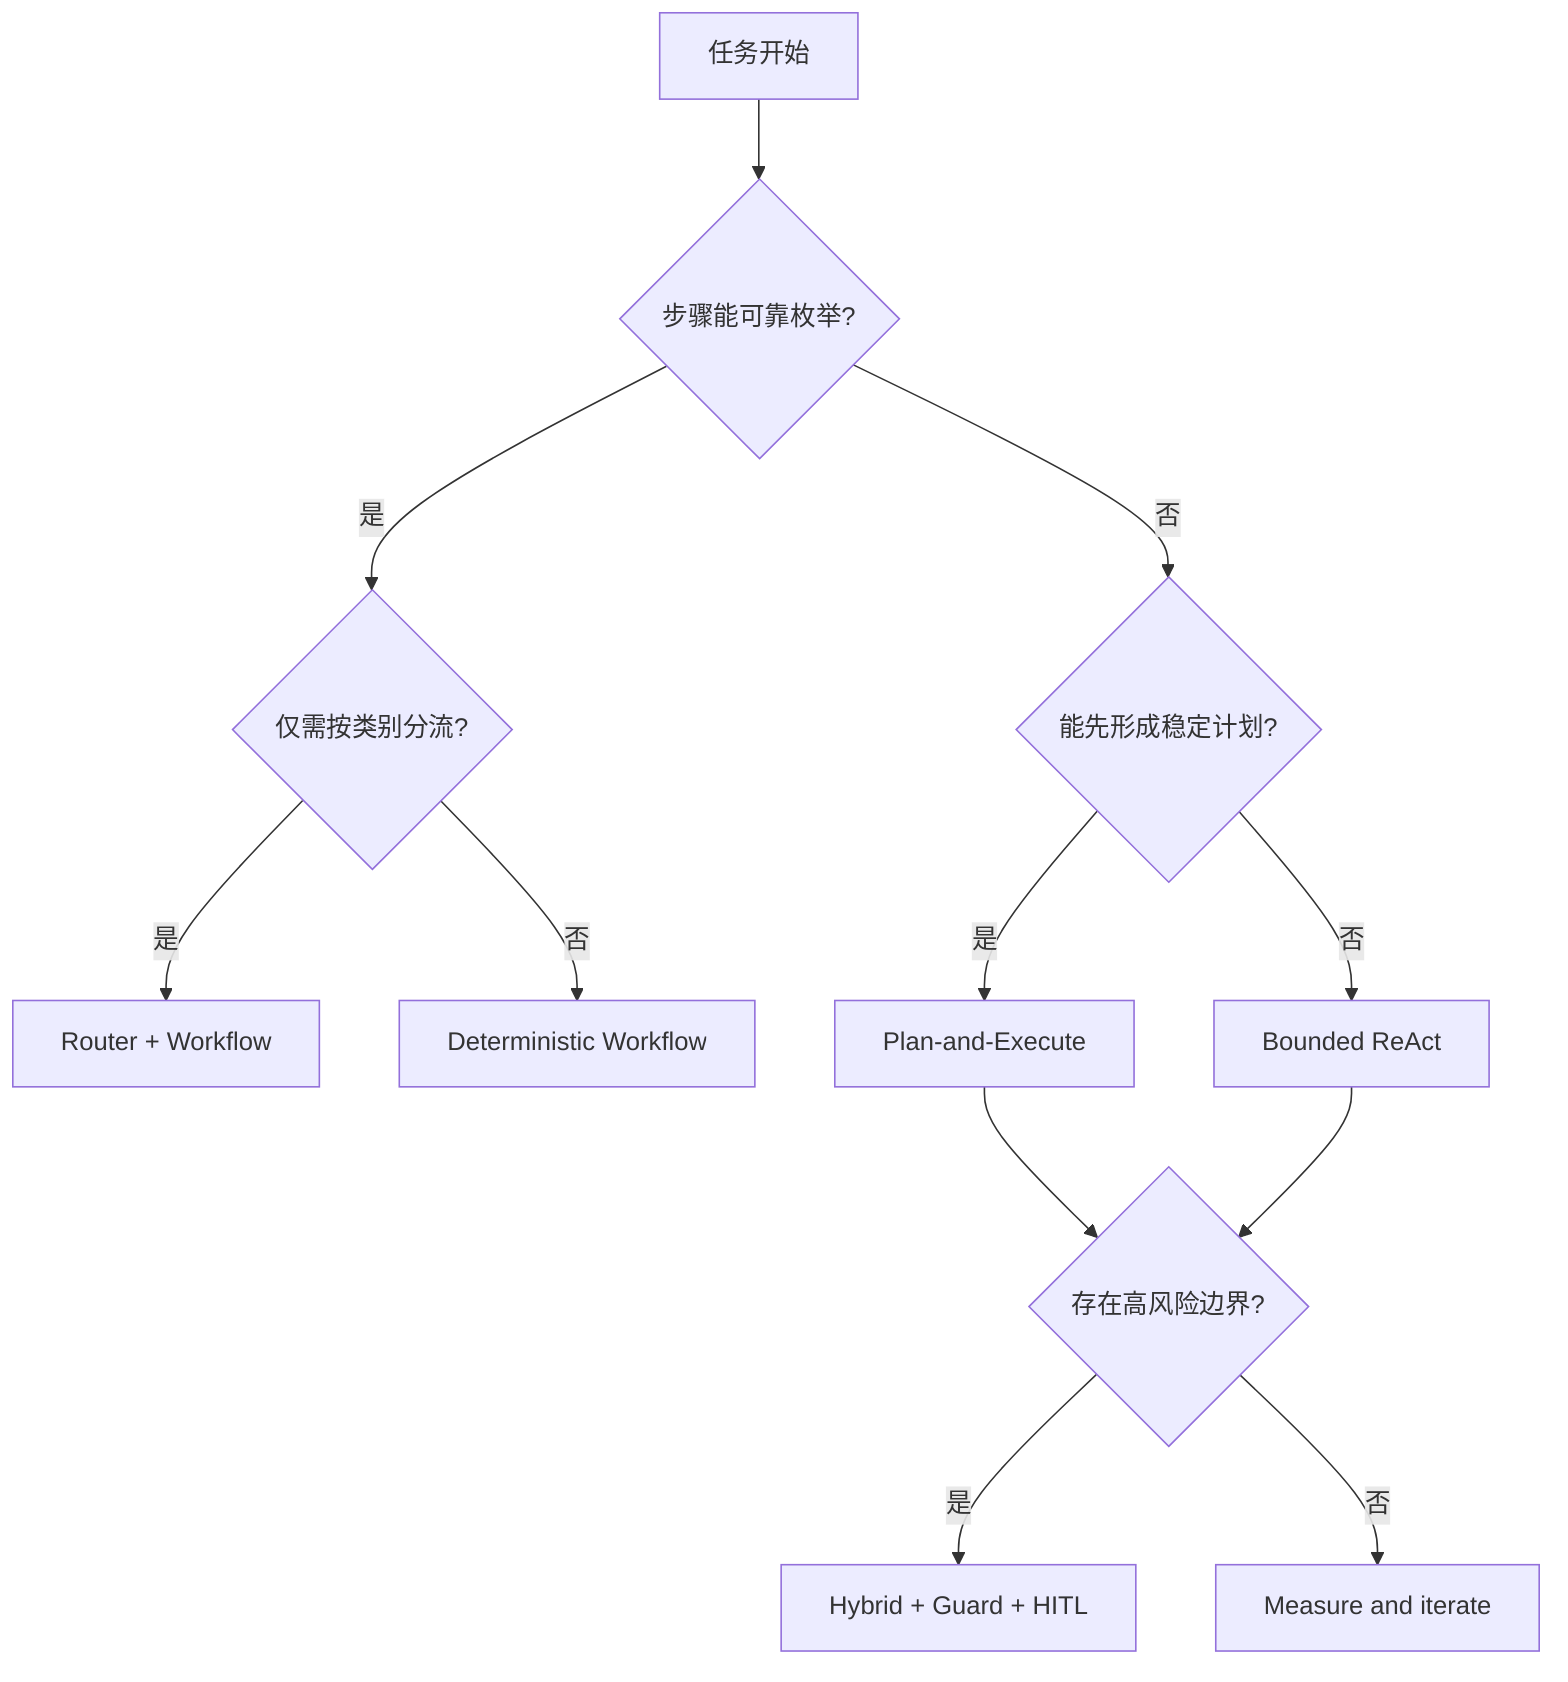
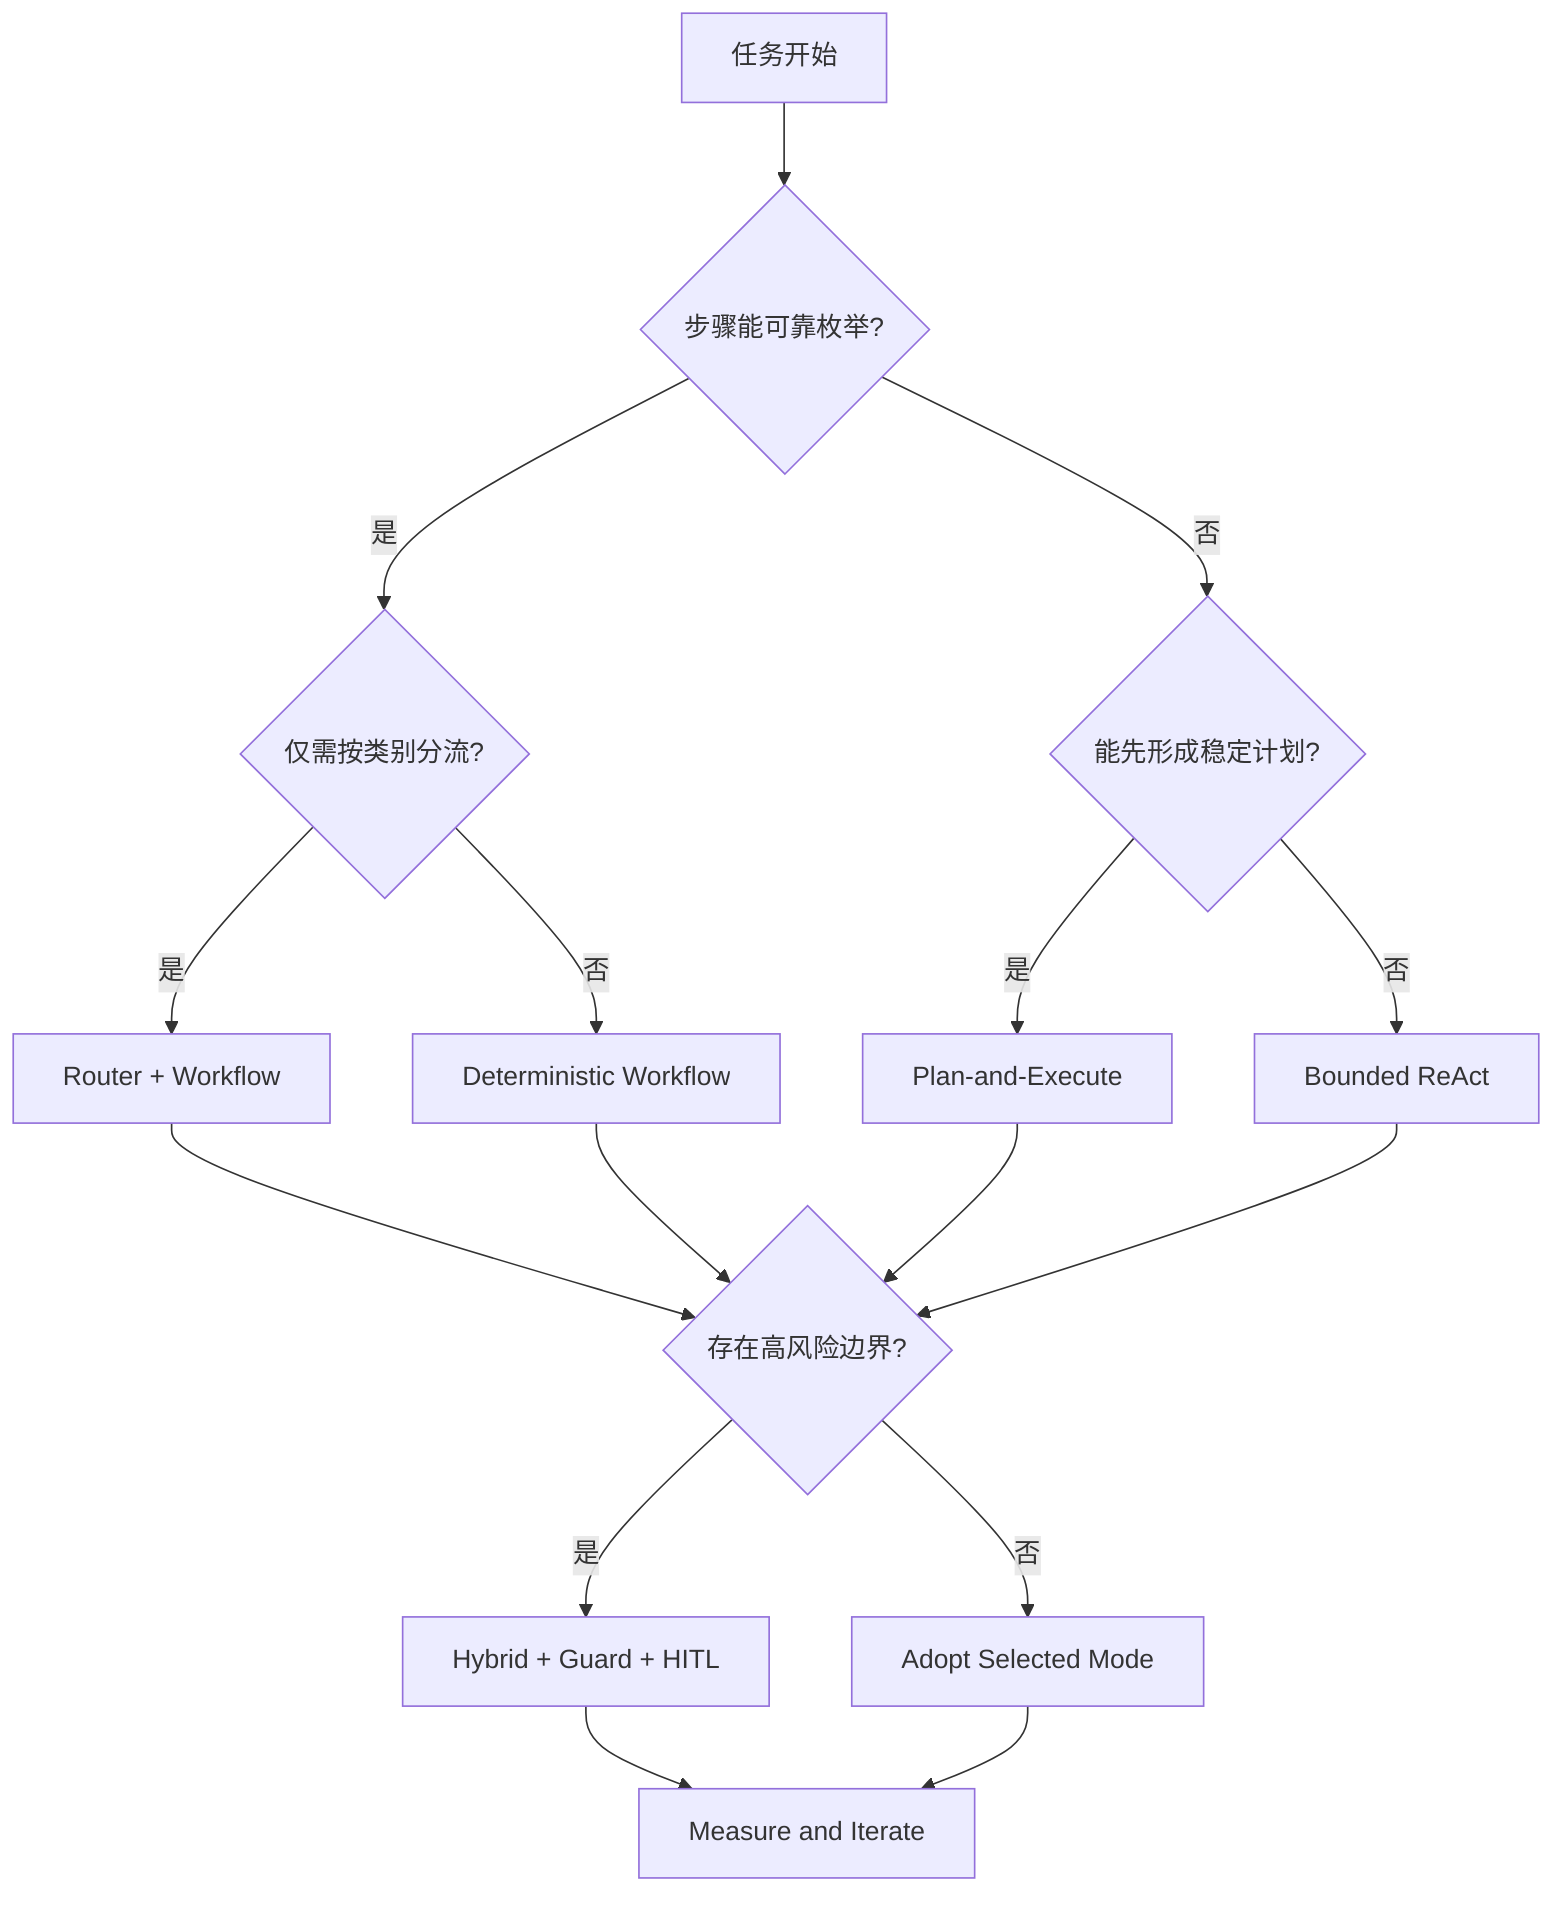
flowchart TD
    A[任务开始] --> B{步骤能可靠枚举?}
    B -->|是| C{仅需按类别分流?}
    C -->|是| D[Router + Workflow]
    C -->|否| E[Deterministic Workflow]
    B -->|否| F{能先形成稳定计划?}
    F -->|是| G[Plan-and-Execute]
    F -->|否| H[Bounded ReAct]
+     D --> I{存在高风险边界?}
+     E --> I
    G --> I{存在高风险边界?}
    H --> I
    I -->|是| J[Hybrid + Guard + HITL]
-     I -->|否| K[Measure and iterate]
+     I -->|否| K[Adopt Selected Mode]
+     J --> L[Measure and Iterate]
+     K --> L
